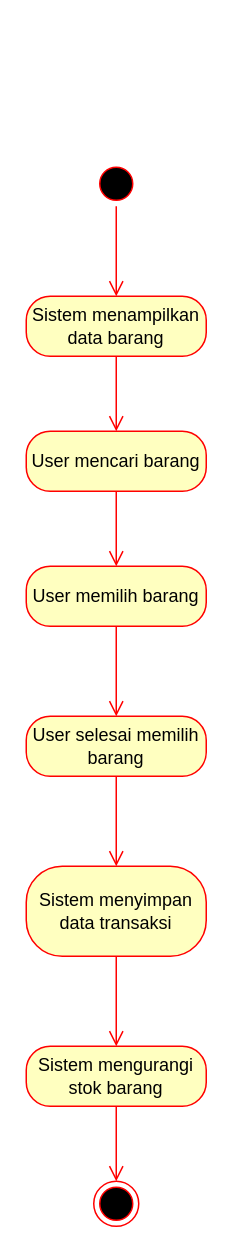
This is page "Selling Goods" (4 of 4) of Diagram/Activity Diagram.drawio from ryusu777/dodo-app, a draw.io file, before an edit. Source tidied: cells renumbered, new cells numbered last; positions are measured from the earlier drawing's top-left corner, leaving out a move shared by most shapes. Both pictures are drawn from the tidied source at 150%, with x=0, y=0 at pixel (26, 160).
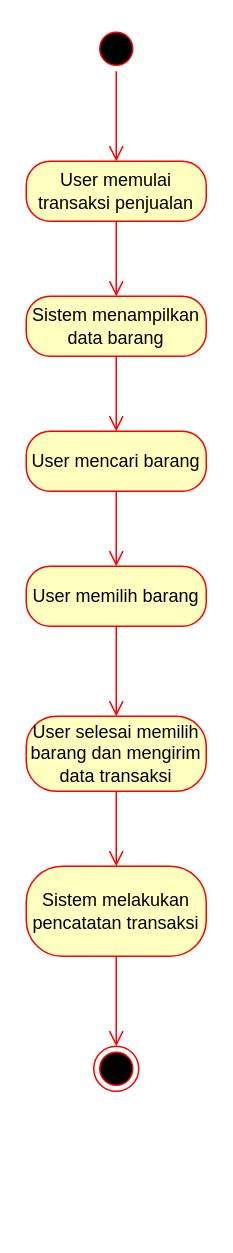
Above is the later version.

What changed in the source:
```diff
@@
 <mxGraphModel>
   <root>
     <mxCell id="0" />
     <mxCell id="1" parent="0" />
-    <mxCell id="2" style="ellipse;html=1;shape=startState;fillColor=#000000;strokeColor=#ff0000;" parent="1" vertex="1">
-      <mxGeometry x="45" width="30" height="30" as="geometry" />
-    </mxCell>
-    <mxCell id="3" style="edgeStyle=orthogonalEdgeStyle;html=1;verticalAlign=bottom;endArrow=open;endSize=8;strokeColor=#ff0000;entryX=0.5;entryY=0;entryDx=0;entryDy=0;" parent="1" edge="1" source="2" target="4">
-      <mxGeometry relative="1" as="geometry" />
-    </mxCell>
     <mxCell id="4" value="Sistem menampilkan data barang" style="rounded=1;whiteSpace=wrap;html=1;arcSize=40;fontColor=#000000;fillColor=#ffffc0;strokeColor=#ff0000;" parent="1" vertex="1">
       <mxGeometry y="90" width="120" height="40" as="geometry" />
     </mxCell>
     <mxCell id="5" style="edgeStyle=orthogonalEdgeStyle;html=1;verticalAlign=bottom;endArrow=open;endSize=8;strokeColor=#ff0000;entryX=0.5;entryY=0;entryDx=0;entryDy=0;" parent="1" edge="1" source="4" target="15">
       <mxGeometry relative="1" as="geometry" />
     </mxCell>
     <mxCell id="6" value="User memilih barang" style="rounded=1;whiteSpace=wrap;html=1;arcSize=40;fontColor=#000000;fillColor=#ffffc0;strokeColor=#ff0000;" parent="1" vertex="1">
       <mxGeometry y="270" width="120" height="40" as="geometry" />
     </mxCell>
     <mxCell id="7" style="edgeStyle=orthogonalEdgeStyle;html=1;verticalAlign=bottom;endArrow=open;endSize=8;strokeColor=#ff0000;entryX=0.5;entryY=0;entryDx=0;entryDy=0;" parent="1" edge="1" source="6" target="13">
       <mxGeometry relative="1" as="geometry" />
     </mxCell>
-    <mxCell id="8" value="Sistem menyimpan data transaksi" style="rounded=1;whiteSpace=wrap;html=1;arcSize=40;fontColor=#000000;fillColor=#ffffc0;strokeColor=#ff0000;" parent="1" vertex="1">
+    <mxCell id="8" value="Sistem melakukan pencatatan transaksi" style="rounded=1;whiteSpace=wrap;html=1;arcSize=40;fontColor=#000000;fillColor=#ffffc0;strokeColor=#ff0000;" parent="1" vertex="1">
       <mxGeometry y="470" width="120" height="60" as="geometry" />
     </mxCell>
-    <mxCell id="9" style="edgeStyle=orthogonalEdgeStyle;html=1;verticalAlign=bottom;endArrow=open;endSize=8;strokeColor=#ff0000;entryX=0.5;entryY=0;entryDx=0;entryDy=0;" parent="1" edge="1" source="8" target="10">
+    <mxCell id="9" style="edgeStyle=orthogonalEdgeStyle;html=1;verticalAlign=bottom;endArrow=open;endSize=8;strokeColor=#ff0000;" parent="1" edge="1" source="8" target="12">
       <mxGeometry relative="1" as="geometry" />
     </mxCell>
-    <mxCell id="10" value="Sistem mengurangi stok barang" style="rounded=1;whiteSpace=wrap;html=1;arcSize=40;fontColor=#000000;fillColor=#ffffc0;strokeColor=#ff0000;" parent="1" vertex="1">
-      <mxGeometry y="590" width="120" height="40" as="geometry" />
-    </mxCell>
-    <mxCell id="11" style="edgeStyle=orthogonalEdgeStyle;html=1;verticalAlign=bottom;endArrow=open;endSize=8;strokeColor=#ff0000;entryX=0.5;entryY=0;entryDx=0;entryDy=0;" parent="1" edge="1" source="10" target="12">
-      <mxGeometry relative="1" as="geometry" />
-    </mxCell>
     <mxCell id="12" style="ellipse;html=1;shape=endState;fillColor=#000000;strokeColor=#ff0000;" parent="1" vertex="1">
-      <mxGeometry x="45" y="680" width="30" height="30" as="geometry" />
+      <mxGeometry x="45" y="590" width="30" height="30" as="geometry" />
     </mxCell>
-    <mxCell id="13" value="User selesai memilih barang" style="rounded=1;whiteSpace=wrap;html=1;arcSize=40;fontColor=#000000;fillColor=#ffffc0;strokeColor=#ff0000;" parent="1" vertex="1">
-      <mxGeometry y="370" width="120" height="40" as="geometry" />
+    <mxCell id="13" value="User selesai memilih barang dan mengirim data transaksi" style="rounded=1;whiteSpace=wrap;html=1;arcSize=40;fontColor=#000000;fillColor=#ffffc0;strokeColor=#ff0000;" parent="1" vertex="1">
+      <mxGeometry y="370" width="120" height="50" as="geometry" />
     </mxCell>
     <mxCell id="14" style="edgeStyle=orthogonalEdgeStyle;html=1;verticalAlign=bottom;endArrow=open;endSize=8;strokeColor=#ff0000;entryX=0.5;entryY=0;entryDx=0;entryDy=0;" parent="1" edge="1" source="13" target="8">
       <mxGeometry relative="1" as="geometry" />
     </mxCell>
     <mxCell id="15" value="User mencari barang" style="rounded=1;whiteSpace=wrap;html=1;arcSize=40;fontColor=#000000;fillColor=#ffffc0;strokeColor=#ff0000;" parent="1" vertex="1">
       <mxGeometry y="180" width="120" height="40" as="geometry" />
     </mxCell>
     <mxCell id="16" style="edgeStyle=orthogonalEdgeStyle;html=1;verticalAlign=bottom;endArrow=open;endSize=8;strokeColor=#ff0000;entryX=0.5;entryY=0;entryDx=0;entryDy=0;" parent="1" edge="1" source="15" target="6">
       <mxGeometry relative="1" as="geometry" />
     </mxCell>
+    <mxCell id="17" value="User memulai transaksi penjualan" style="rounded=1;whiteSpace=wrap;html=1;arcSize=40;fontColor=#000000;fillColor=#ffffc0;strokeColor=#ff0000;" parent="1" vertex="1">
+      <mxGeometry width="120" height="40" as="geometry" />
+    </mxCell>
+    <mxCell id="18" style="edgeStyle=orthogonalEdgeStyle;html=1;verticalAlign=bottom;endArrow=open;endSize=8;strokeColor=#ff0000;" parent="1" edge="1" source="17" target="4">
+      <mxGeometry relative="1" as="geometry">
+        <Array as="points">
+          <mxPoint x="60" y="60" />
+          <mxPoint x="60" y="60" />
+        </Array>
+      </mxGeometry>
+    </mxCell>
+    <mxCell id="19" style="ellipse;html=1;shape=startState;fillColor=#000000;strokeColor=#ff0000;" parent="1" vertex="1">
+      <mxGeometry x="45" y="-90" width="30" height="30" as="geometry" />
+    </mxCell>
+    <mxCell id="20" style="edgeStyle=orthogonalEdgeStyle;html=1;verticalAlign=bottom;endArrow=open;endSize=8;strokeColor=#ff0000;" parent="1" edge="1" source="19" target="17">
+      <mxGeometry relative="1" as="geometry" />
+    </mxCell>
   </root>
 </mxGraphModel>
```
